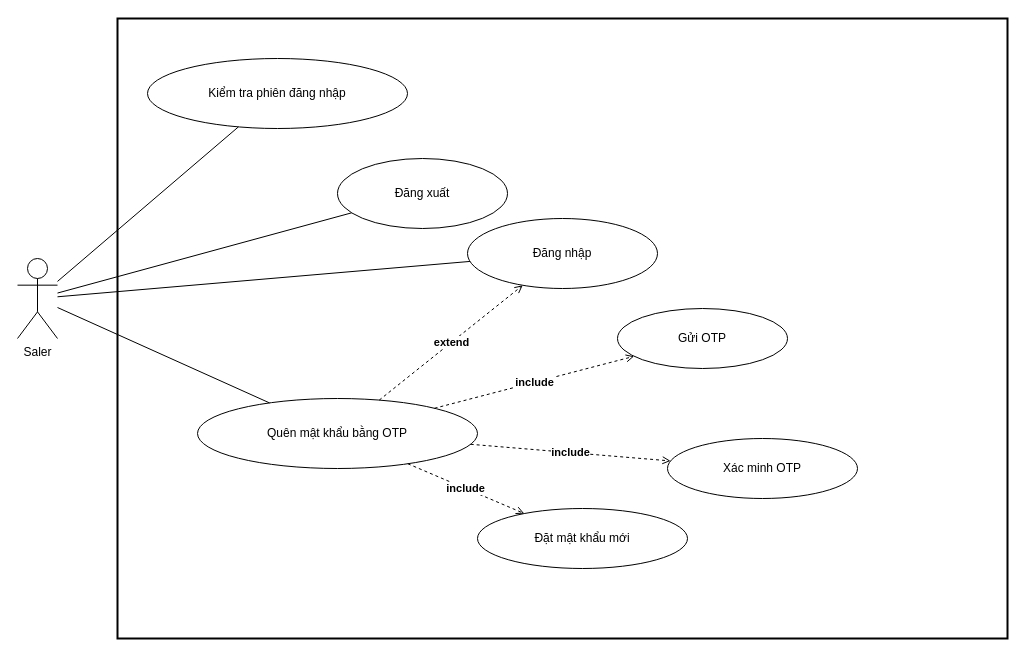
sangnp-s-organiztion/food-market-narrator keeps this draw.io diagram as page "Chi tiết - Xác thực" (2 of 8) of docs/diagram/usecase/saler/usecase_saler.drawio. Above is the earlier version. Source tidied: cells renumbered, new cells numbered last; positions are measured from the earlier drawing's top-left corner, leaving out a move shared by most shapes. Both pictures are drawn from the tidied source at 100%, with x=0, y=0 at pixel (17, 18).
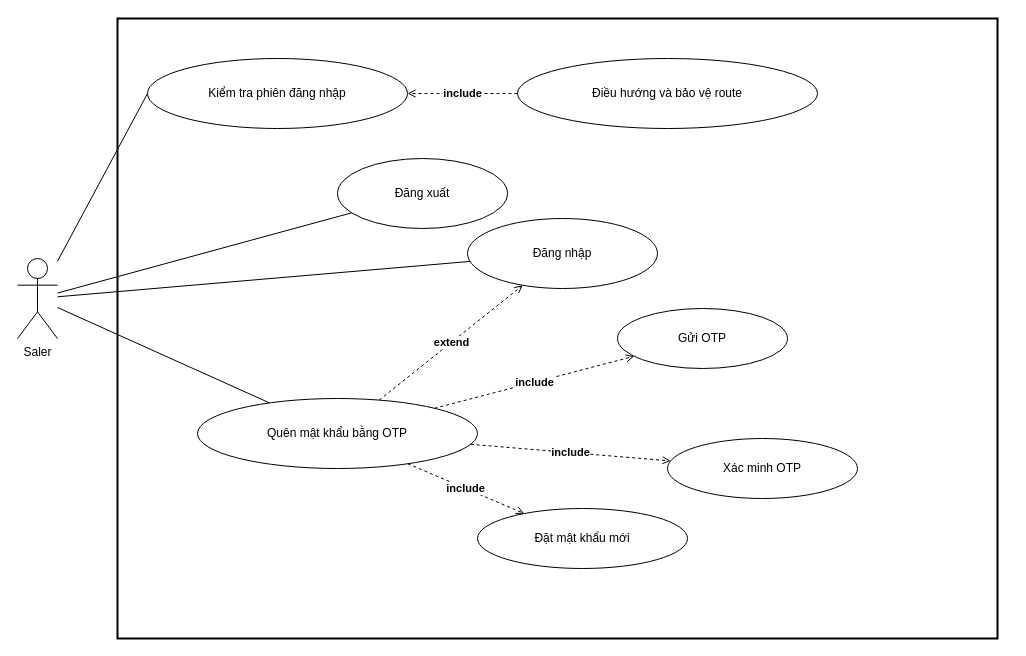
After the change.

Unchanged cells that the change refers to:
```xml
<mxCell id="2" value="Saler" style="shape=umlActor;verticalLabelPosition=bottom;verticalAlign=top;html=1;" parent="1" vertex="1">
  <mxGeometry y="240" width="40" height="80" as="geometry" />
</mxCell>
<mxCell id="4" value="Kiểm tra phiên đăng nhập" style="ellipse;whiteSpace=wrap;html=1;" parent="1" vertex="1">
  <mxGeometry x="130" y="40" width="260" height="70" as="geometry" />
</mxCell>
```

Diff of the diagram source:
```diff
@@
     <mxCell id="3" style="rounded=0;whiteSpace=wrap;html=1;strokeWidth=2;fillColor=none;" parent="1" vertex="1">
-      <mxGeometry x="100" width="890" height="620" as="geometry" />
+      <mxGeometry x="100" width="880" height="620" as="geometry" />
     </mxCell>
@@
+    <mxCell id="19" value="Điều hướng và bảo vệ route" style="ellipse;whiteSpace=wrap;html=1;" parent="1" vertex="1">
+      <mxGeometry x="500" y="40" width="300" height="70" as="geometry" />
+    </mxCell>
@@
-    <mxCell id="11" style="endArrow=none;html=1;" parent="1" edge="1" source="2" target="4">
-      <mxGeometry relative="1" as="geometry" />
-    </mxCell>
@@
+    <mxCell id="20" value="include" style="dashed=1;endArrow=open;html=1;fontStyle=1;" parent="1" edge="1" source="19" target="4">
+      <mxGeometry relative="1" as="geometry" />
+    </mxCell>
+    <mxCell id="11" style="endArrow=none;html=1;entryX=0;entryY=0.5;entryDx=0;entryDy=0;" parent="1" edge="1" source="2" target="4">
+      <mxGeometry relative="1" as="geometry" />
+    </mxCell>
```
